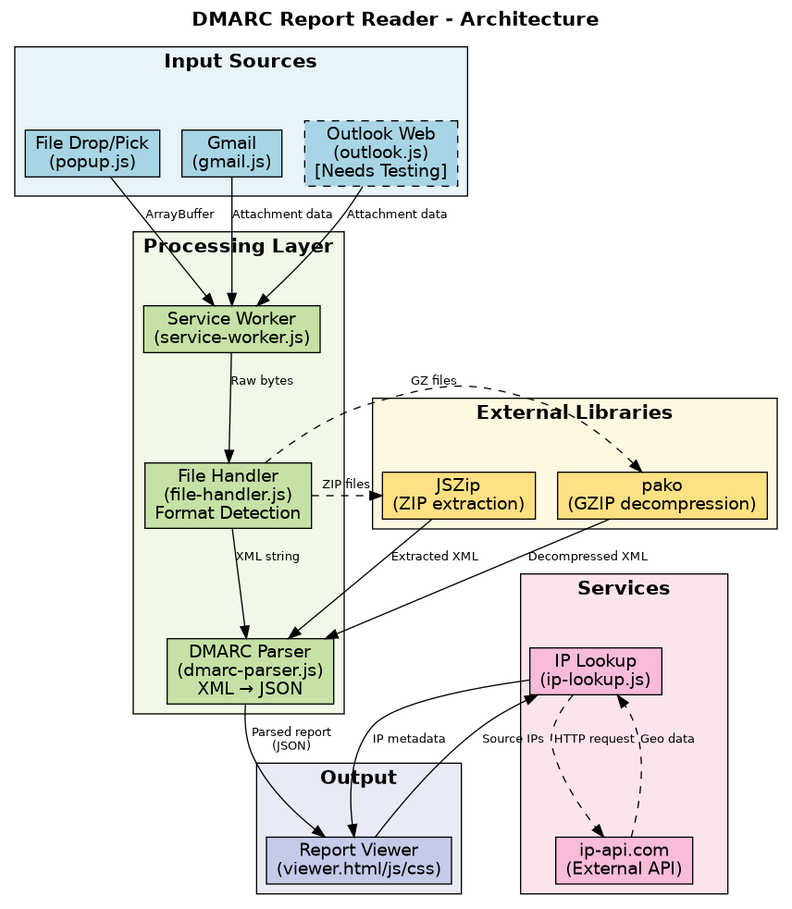
The Graphviz diagram docs/architecture.png in kimon1230/dmarc_report_reader, before a commit. Its source is kept beside it as docs/architecture.dot.
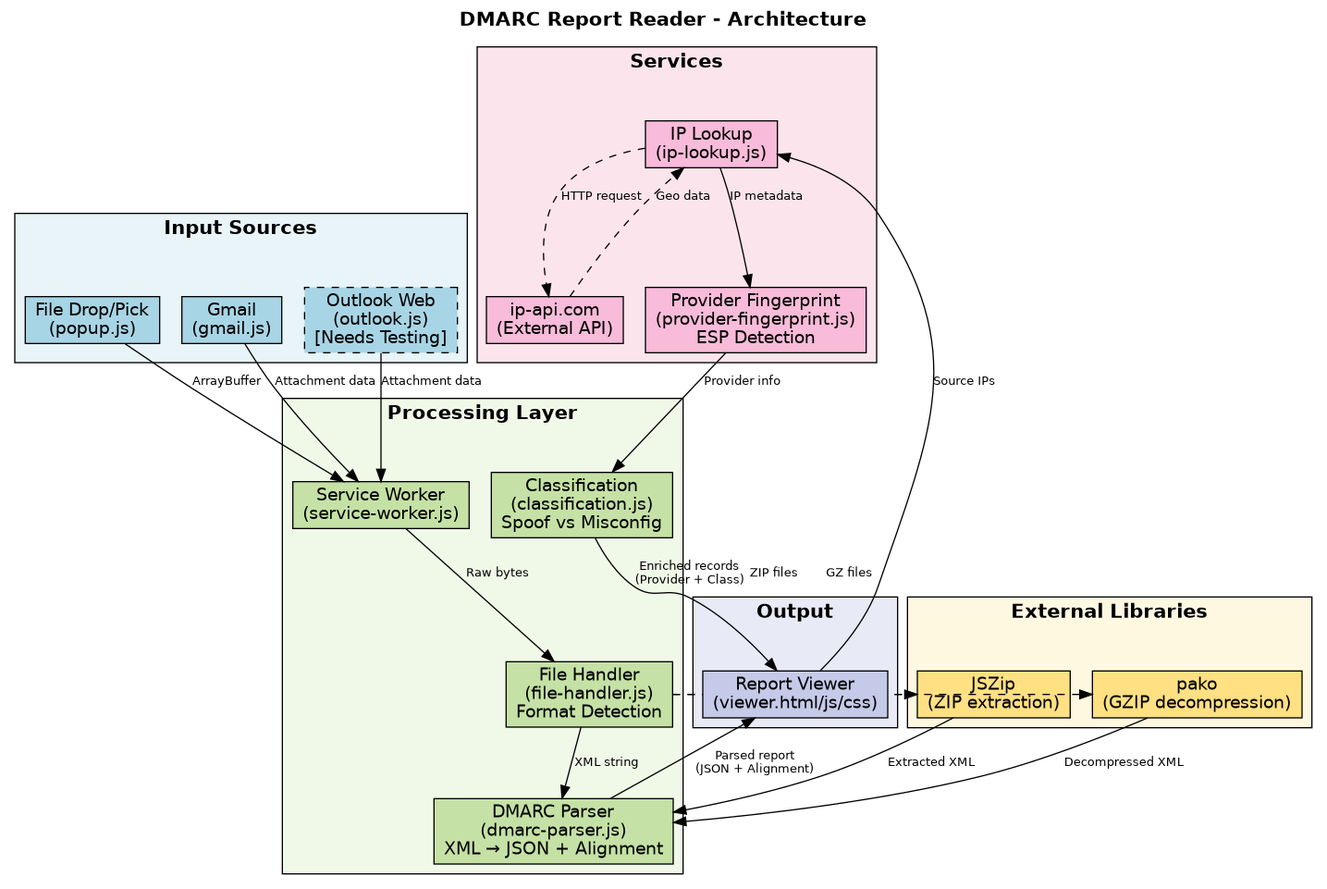
The same file after the commit.

The edit, as a diff of the source:
```diff
@@ -27,7 +27,8 @@
 
         service_worker [label="Service Worker\n(service-worker.js)"];
         file_handler [label="File Handler\n(file-handler.js)\nFormat Detection"];
-        dmarc_parser [label="DMARC Parser\n(dmarc-parser.js)\nXML → JSON"];
+        dmarc_parser [label="DMARC Parser\n(dmarc-parser.js)\nXML → JSON + Alignment"];
+        classification [label="Classification\n(classification.js)\nSpoof vs Misconfig"];
     }
 
     subgraph cluster_libraries {
@@ -48,6 +49,7 @@
 
         ip_lookup [label="IP Lookup\n(ip-lookup.js)"];
         ip_api [label="ip-api.com\n(External API)"];
+        provider_fingerprint [label="Provider Fingerprint\n(provider-fingerprint.js)\nESP Detection"];
     }
 
     subgraph cluster_output {
@@ -72,10 +74,12 @@
     jszip -> dmarc_parser [label="Extracted XML"];
     pako -> dmarc_parser [label="Decompressed XML"];
 
-    dmarc_parser -> viewer [label="Parsed report\n(JSON)"];
+    dmarc_parser -> viewer [label="Parsed report\n(JSON + Alignment)"];
 
     viewer -> ip_lookup [label="Source IPs"];
     ip_lookup -> ip_api [label="HTTP request", style=dashed];
     ip_api -> ip_lookup [label="Geo data", style=dashed];
-    ip_lookup -> viewer [label="IP metadata"];
+    ip_lookup -> provider_fingerprint [label="IP metadata"];
+    provider_fingerprint -> classification [label="Provider info"];
+    classification -> viewer [label="Enriched records\n(Provider + Class)"];
 }
```
